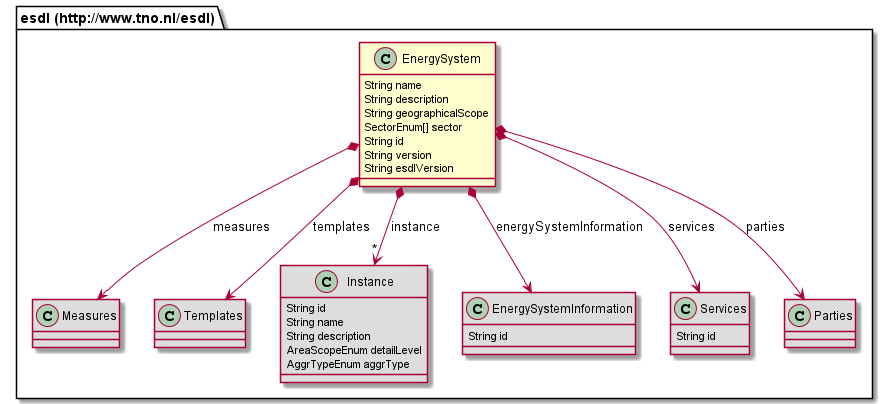
This is 687474703a2f2f7777772e746e6f2e6e6c2f6573646c/EnergySystem.png from EnergyTransition/energytransition.github.io, a PlantUML export, as it was before one commit.
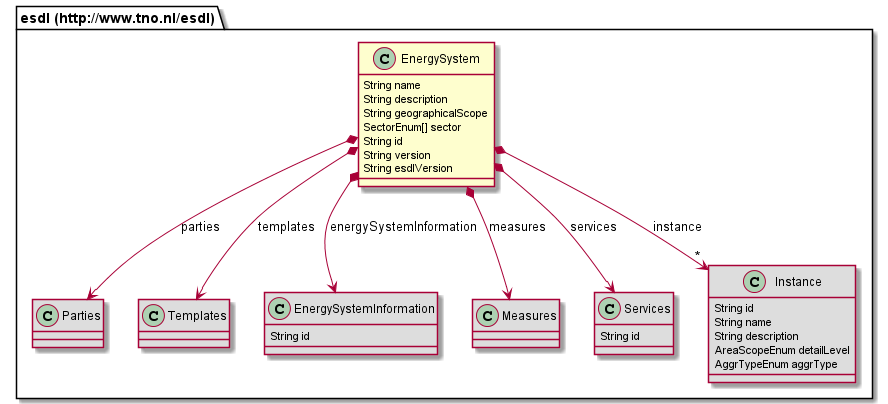
Later version of the same file.

Diff of the diagram source:
```diff
@@ -8,9 +8,17 @@
 	String version
 	String esdlVersion
 }
+class "esdl (http://www.tno.nl/esdl).Parties" [[#router/doc-content/687474703a2f2f7777772e746e6f2e6e6c2f6573646c/Parties.html{Container for parties that have a role in the energy system}]] #DDDDDD {
+}
+class "esdl (http://www.tno.nl/esdl).Templates" [[#router/doc-content/687474703a2f2f7777772e746e6f2e6e6c2f6573646c/Templates.html{Collection of templates, e.g. asset templates.}]] #DDDDDD {
+}
+class "esdl (http://www.tno.nl/esdl).EnergySystemInformation" [[#router/doc-content/687474703a2f2f7777772e746e6f2e6e6c2f6573646c/EnergySystemInformation.html{Describes reusable information of the energy system, that other classes can refer to in this energy system, such as carriers, profiles, data sources, quantity and units.}]] #DDDDDD {
+	String id
+}
 class "esdl (http://www.tno.nl/esdl).Measures" [[#router/doc-content/687474703a2f2f7777772e746e6f2e6e6c2f6573646c/Measures.html{Collection of measures that can be applied to an energy system}]] #DDDDDD {
 }
-class "esdl (http://www.tno.nl/esdl).Templates" [[#router/doc-content/687474703a2f2f7777772e746e6f2e6e6c2f6573646c/Templates.html{Collection of templates, e.g. asset templates.}]] #DDDDDD {
+class "esdl (http://www.tno.nl/esdl).Services" [[#router/doc-content/687474703a2f2f7777772e746e6f2e6e6c2f6573646c/Services.html{Defines a collection of logical services used in the energy system, e.g. Demand-Response, Aggregator services, Energy markets and control strategies.}]] #DDDDDD {
+	String id
 }
 class "esdl (http://www.tno.nl/esdl).Instance" [[#router/doc-content/687474703a2f2f7777772e746e6f2e6e6c2f6573646c/Instance.html{Instances are used to represent different representations of the same EnergySystem. }]] #DDDDDD {
 	String id
@@ -19,14 +27,6 @@
 	AreaScopeEnum detailLevel
 	AggrTypeEnum aggrType
 }
-class "esdl (http://www.tno.nl/esdl).EnergySystemInformation" [[#router/doc-content/687474703a2f2f7777772e746e6f2e6e6c2f6573646c/EnergySystemInformation.html{Describes reusable information of the energy system, that other classes can refer to in this energy system, such as carriers, profiles, data sources, quantity and units.}]] #DDDDDD {
-	String id
-}
-class "esdl (http://www.tno.nl/esdl).Services" [[#router/doc-content/687474703a2f2f7777772e746e6f2e6e6c2f6573646c/Services.html{Defines a collection of logical services used in the energy system, e.g. Demand-Response, Aggregator services, Energy markets and control strategies.}]] #DDDDDD {
-	String id
-}
-class "esdl (http://www.tno.nl/esdl).Parties" [[#router/doc-content/687474703a2f2f7777772e746e6f2e6e6c2f6573646c/Parties.html{Container for parties that have a role in the energy system}]] #DDDDDD {
-}
 "esdl (http://www.tno.nl/esdl).EnergySystem" *--> "esdl (http://www.tno.nl/esdl).Measures" : measures
 "esdl (http://www.tno.nl/esdl).EnergySystem" *--> "*" "esdl (http://www.tno.nl/esdl).Instance" : instance
 "esdl (http://www.tno.nl/esdl).EnergySystem" *--> "esdl (http://www.tno.nl/esdl).EnergySystemInformation" : energySystemInformation
```
